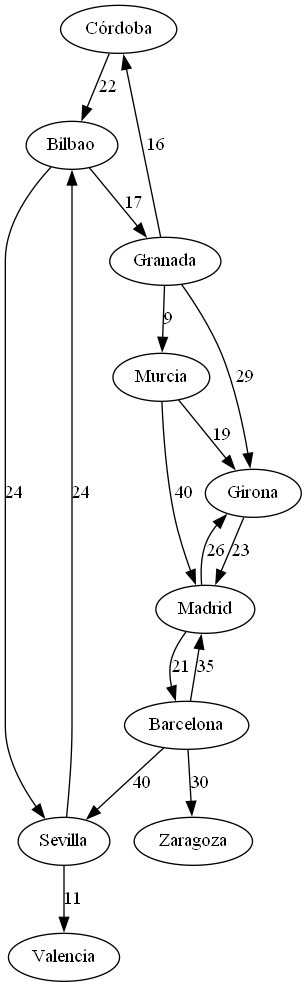
Above: cmake-build-debug/grafo.png in Samashoas/202109705_Proyecto_EDD (Graphviz), before the change. Its source is kept beside it as cmake-build-debug/grafo.dot.
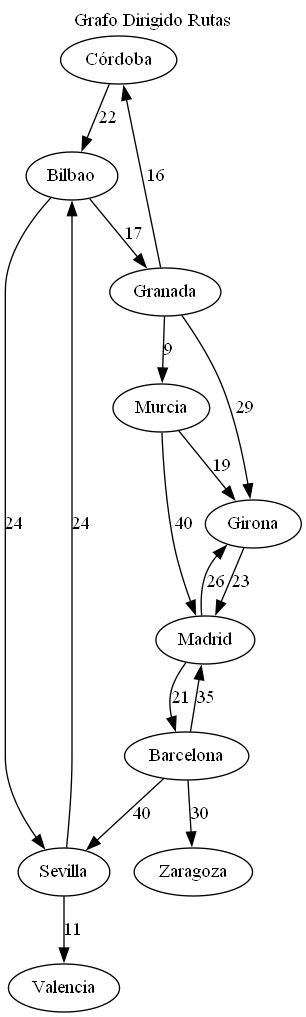
After the change.

Diff of the diagram source:
```diff
@@ -1,4 +1,6 @@
 digraph G {
+labelloc="t";
+label="Grafo Dirigido Rutas";
     "Córdoba" -> "Bilbao" [label="22"];
     "Murcia" -> "Madrid" [label="40"];
     "Murcia" -> "Girona" [label="19"];
```
